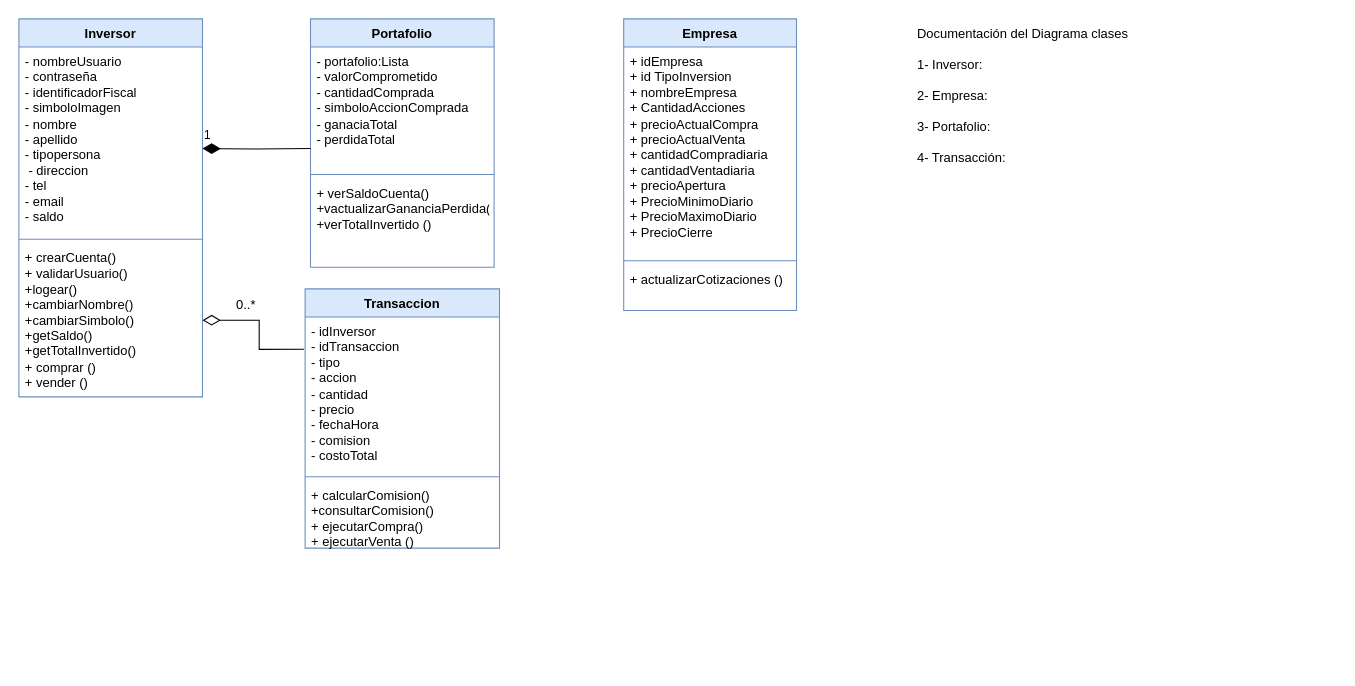
Earlier version of the draw.io diagram page "Página-2" (2 of 2) of Documentación/Diagrama-de-Clases.drawio (INNOVAcodersISPC/ARGBroker). Source tidied: cells renumbered, new cells numbered last; positions are measured from the earlier drawing's top-left corner, leaving out a move shared by most shapes. Both pictures are drawn from the tidied source at 108%, with x=0, y=0 at pixel (18, 18).
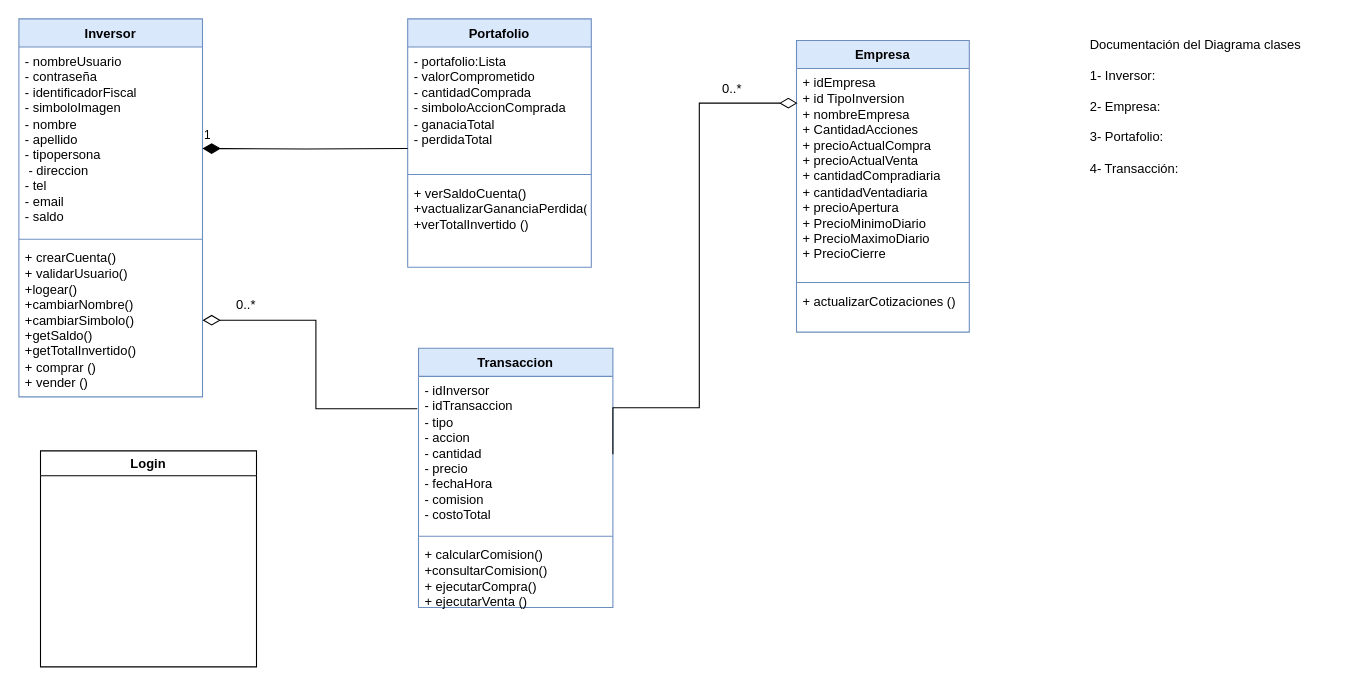
The same diagram, later.

The change refers to these unchanged cells:
```xml
<mxCell id="7" value="&lt;div style=&quot;text-wrap: nowrap;&quot;&gt;+ idEmpresa&lt;div&gt;+ id TipoInversion&lt;/div&gt;&lt;div&gt;+ nombreEmpresa&lt;/div&gt;&lt;div&gt;+ CantidadAcciones&lt;/div&gt;&lt;div&gt;+ precioActualCompra&lt;/div&gt;&lt;div&gt;+ precioActualVenta&lt;/div&gt;&lt;div&gt;+ cantidadCompradiaria&lt;/div&gt;&lt;div&gt;&lt;span style=&quot;background-color: initial;&quot;&gt;+ cantidadVentadiaria&lt;/span&gt;&lt;/div&gt;&lt;div&gt;+ precioApertura&lt;/div&gt;&lt;div&gt;+ PrecioMinimoDiario&lt;/div&gt;&lt;div&gt;+ PrecioMaximoDiario&lt;/div&gt;&lt;div&gt;+ PrecioCierre&lt;/div&gt;&lt;/div&gt;" style="text;strokeColor=none;fillColor=none;align=left;verticalAlign=top;spacingLeft=4;spacingRight=4;overflow=hidden;points=[[0,0.5],[1,0.5]];portConstraint=eastwest;whiteSpace=wrap;html=1;" parent="6" vertex="1">
  <mxGeometry y="26" width="160" height="194" as="geometry" />
</mxCell>
<mxCell id="15" value="&lt;div style=&quot;text-wrap: nowrap;&quot;&gt;&lt;span style=&quot;background-color: initial;&quot;&gt;- idInversor&lt;/span&gt;&lt;br&gt;&lt;/div&gt;&lt;div style=&quot;text-wrap: nowrap;&quot;&gt;&lt;div&gt;- idTransaccion&lt;/div&gt;&lt;div&gt;- tipo&lt;/div&gt;&lt;div&gt;- accion&lt;/div&gt;&lt;div&gt;- cantidad&lt;/div&gt;&lt;div&gt;- precio&lt;/div&gt;&lt;div&gt;- fechaHora&lt;/div&gt;&lt;div&gt;- comision&lt;/div&gt;&lt;div&gt;- costoTotal&lt;/div&gt;&lt;div&gt;&lt;br&gt;&lt;/div&gt;&lt;div&gt;&amp;nbsp;&lt;/div&gt;&lt;div&gt;&lt;br&gt;&lt;/div&gt;&lt;div&gt;&lt;br&gt;&lt;/div&gt;&lt;div&gt;&lt;br&gt;&lt;/div&gt;&lt;/div&gt;" style="text;strokeColor=none;fillColor=none;align=left;verticalAlign=top;spacingLeft=4;spacingRight=4;overflow=hidden;points=[[0,0.5],[1,0.5]];portConstraint=eastwest;whiteSpace=wrap;html=1;" parent="14" vertex="1">
  <mxGeometry y="26" width="180" height="144" as="geometry" />
</mxCell>
```

What changed in the source:
```diff
@@
     <mxCell id="6" value="Empresa" style="swimlane;fontStyle=1;align=center;verticalAlign=top;horizontal=1;startSize=26;whiteSpace=wrap;html=1;fillColor=#dae8fc;strokeColor=#6c8ebf;" parent="1" vertex="1">
-      <mxGeometry x="560" width="160" height="270" as="geometry" />
+      <mxGeometry x="720" y="20" width="160" height="270" as="geometry" />
     </mxCell>
@@
     <mxCell id="10" value="Portafolio" style="swimlane;fontStyle=1;align=center;verticalAlign=top;horizontal=1;startSize=26;whiteSpace=wrap;html=1;fillColor=#dae8fc;strokeColor=#6c8ebf;" parent="1" vertex="1">
-      <mxGeometry x="270" width="170" height="230" as="geometry" />
+      <mxGeometry x="360" width="170" height="230" as="geometry" />
     </mxCell>
@@
     <mxCell id="14" value="Transaccion" style="swimlane;fontStyle=1;align=center;verticalAlign=top;horizontal=1;startSize=26;whiteSpace=wrap;html=1;fillColor=#dae8fc;strokeColor=#6c8ebf;" parent="1" vertex="1">
-      <mxGeometry x="265" y="250" width="180" height="240" as="geometry" />
+      <mxGeometry x="370" y="305" width="180" height="240" as="geometry" />
     </mxCell>
@@
     <mxCell id="18" value="Documentación del Diagrama clases&lt;div&gt;&lt;br&gt;&lt;/div&gt;&lt;div&gt;1- Inversor:&lt;/div&gt;&lt;div&gt;&lt;br&gt;&lt;/div&gt;&lt;div&gt;2- Empresa:&lt;/div&gt;&lt;div&gt;&lt;br&gt;&lt;/div&gt;&lt;div&gt;3- Portafolio:&lt;/div&gt;&lt;div&gt;&lt;br&gt;&lt;/div&gt;&lt;div&gt;4- Transacción:&amp;nbsp;&lt;/div&gt;" style="text;whiteSpace=wrap;html=1;" parent="1" vertex="1">
-      <mxGeometry x="830" width="230" height="140" as="geometry" />
+      <mxGeometry x="990" y="10" width="230" height="140" as="geometry" />
     </mxCell>
@@
+    <mxCell id="22" style="edgeStyle=orthogonalEdgeStyle;rounded=0;jettySize=auto;html=1;exitX=1;exitY=0.5;exitDx=0;exitDy=0;entryX=0.006;entryY=0.165;entryDx=0;entryDy=0;entryPerimeter=0;endArrow=diamondThin;endFill=0;startSize=14;endSize=14;" parent="1" edge="1" source="15" target="7">
+      <mxGeometry relative="1" as="geometry">
+        <Array as="points">
+          <mxPoint x="550" y="360" />
+          <mxPoint x="630" y="360" />
+          <mxPoint x="630" y="78" />
+        </Array>
+      </mxGeometry>
+    </mxCell>
+    <mxCell id="23" value="0..*" style="text;html=1;align=center;verticalAlign=middle;strokeColor=none;fillColor=none;" parent="1" vertex="1">
+      <mxGeometry x="640" y="50" width="40" height="30" as="geometry" />
+    </mxCell>
+    <mxCell id="24" value="Login" style="swimlane;whiteSpace=wrap;html=1;" parent="1" vertex="1">
+      <mxGeometry x="20" y="400" width="200" height="200" as="geometry" />
+    </mxCell>
```
